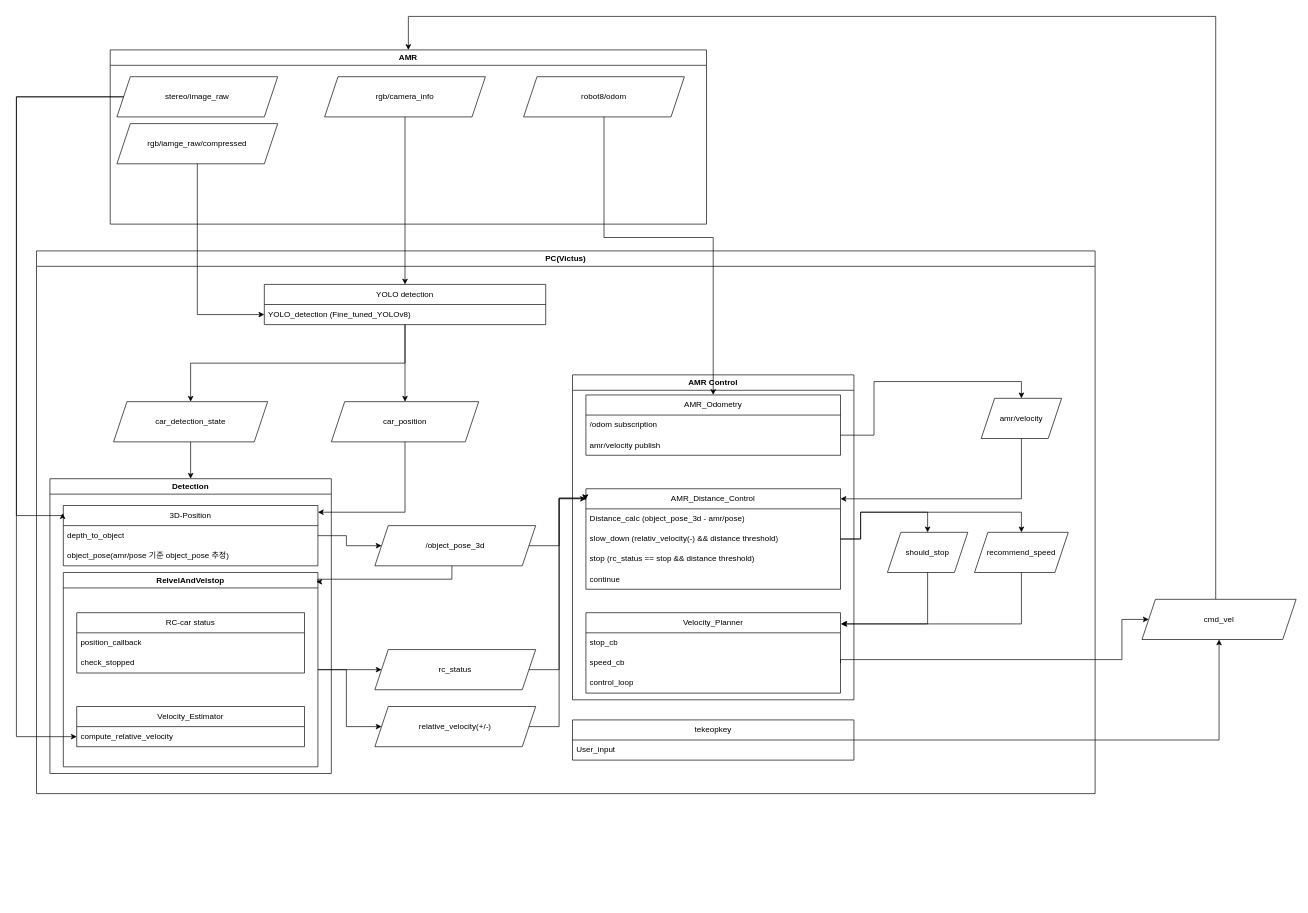
This is drawio/architecture diagram.drawio from songhyun0127/rokey4_C1_ws, a draw.io file, before an edit. Source tidied: cells renumbered, new cells numbered last; positions are measured from the earlier drawing's top-left corner, leaving out a move shared by most shapes. Both pictures are drawn from the tidied source at 67%, with x=0, y=0 at pixel (16, 16).
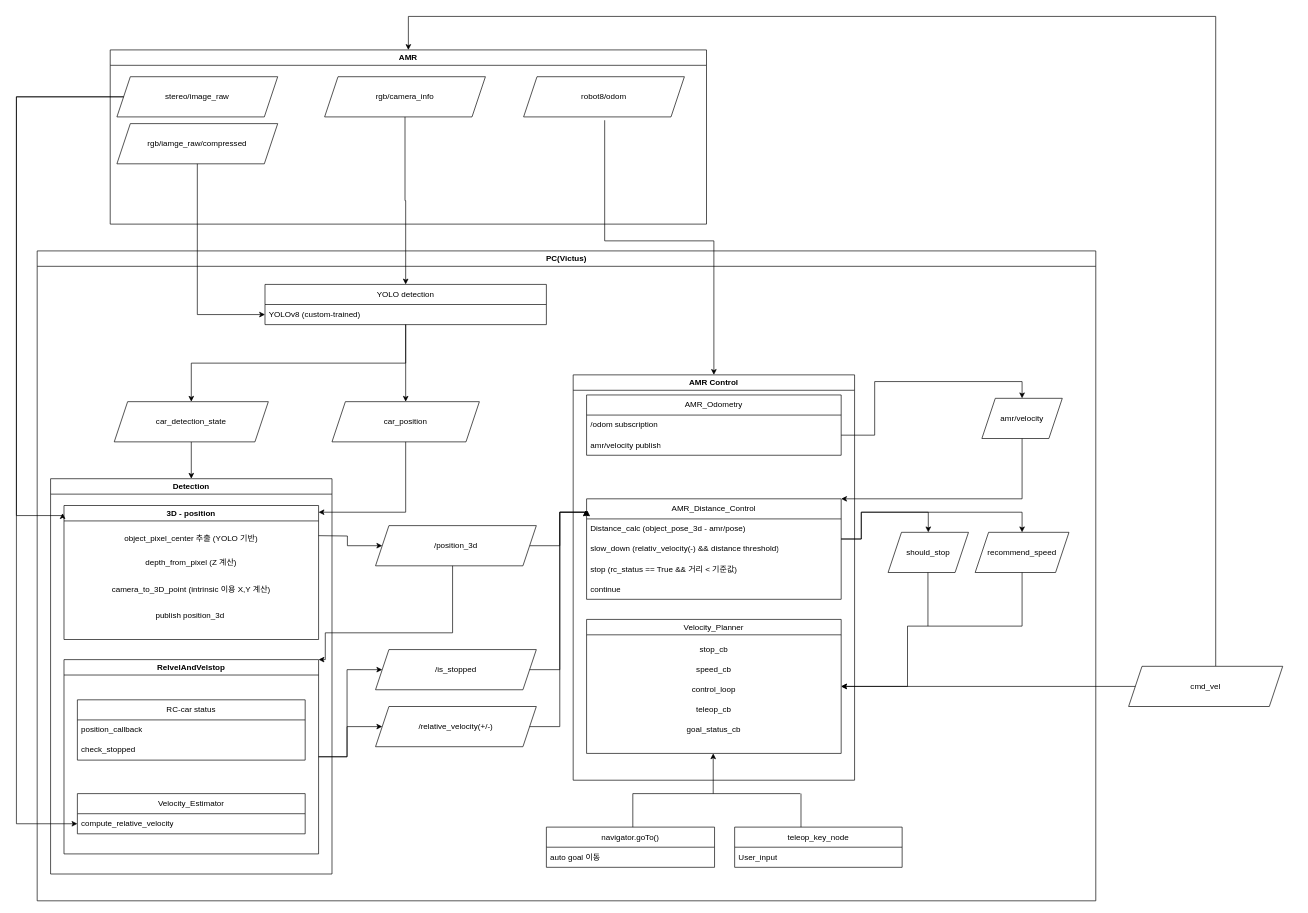
Above is the later version.

Commit message:
시스템아키텍처 수정

The change refers to these unchanged cells:
```xml
<mxCell id="12" value="compute_relative_velocity" style="text;strokeColor=none;fillColor=none;align=left;verticalAlign=middle;spacingLeft=4;spacingRight=4;overflow=hidden;points=[[0,0.5],[1,0.5]];portConstraint=eastwest;whiteSpace=wrap;html=1;" parent="11" vertex="1">
  <mxGeometry y="30" width="340" height="30" as="geometry" />
</mxCell>
<mxCell id="14" value="AMR_Odometry" style="swimlane;fontStyle=0;horizontal=1;startSize=30;whiteSpace=wrap;html=1;" parent="13" vertex="1">
  <mxGeometry x="20" y="30" width="380" height="90" as="geometry" />
</mxCell>
<mxCell id="28" value="YOLO detection" style="swimlane;fontStyle=0;horizontal=1;startSize=30;whiteSpace=wrap;html=1;" parent="2" vertex="1">
  <mxGeometry x="340" y="50" width="420" height="60" as="geometry" />
</mxCell>
<mxCell id="48" value="should_stop" style="shape=parallelogram;perimeter=parallelogramPerimeter;whiteSpace=wrap;html=1;fixedSize=1;" parent="2" vertex="1">
  <mxGeometry x="1270" y="420" width="120" height="60" as="geometry" />
</mxCell>
<mxCell id="49" value="recommend_speed" style="shape=parallelogram;perimeter=parallelogramPerimeter;whiteSpace=wrap;html=1;fixedSize=1;" parent="2" vertex="1">
  <mxGeometry x="1400" y="420" width="140" height="60" as="geometry" />
</mxCell>
<mxCell id="56" value="stereo/image_raw" style="shape=parallelogram;perimeter=parallelogramPerimeter;whiteSpace=wrap;html=1;fixedSize=1;" parent="55" vertex="1">
  <mxGeometry x="10" y="40" width="240" height="60" as="geometry" />
</mxCell>
<mxCell id="58" value="robot8/odom" style="shape=parallelogram;perimeter=parallelogramPerimeter;whiteSpace=wrap;html=1;fixedSize=1;" parent="55" vertex="1">
  <mxGeometry x="617" y="40" width="240" height="60" as="geometry" />
</mxCell>
```

The edit, as a diff of the source:
```diff
@@
     <mxCell id="2" value="PC(Victus)" style="swimlane;whiteSpace=wrap;html=1;" parent="1" vertex="1">
-      <mxGeometry x="30" y="350" width="1580" height="810" as="geometry" />
+      <mxGeometry x="31" y="350" width="1580" height="970" as="geometry" />
     </mxCell>
     <mxCell id="3" value="Detection" style="swimlane;whiteSpace=wrap;html=1;" parent="2" vertex="1">
-      <mxGeometry x="20" y="340" width="420" height="440" as="geometry" />
+      <mxGeometry x="20" y="340" width="420" height="590" as="geometry" />
     </mxCell>
-    <mxCell id="4" value="3D-Position" style="swimlane;fontStyle=0;horizontal=1;startSize=30;whiteSpace=wrap;html=1;" parent="3" vertex="1">
-      <mxGeometry x="20" y="40" width="380" height="90" as="geometry" />
-    </mxCell>
-    <mxCell id="5" value="depth_to_object" style="text;strokeColor=none;fillColor=none;align=left;verticalAlign=middle;spacingLeft=4;spacingRight=4;overflow=hidden;whiteSpace=wrap;html=1;" parent="4" vertex="1">
-      <mxGeometry y="30" width="380" height="30" as="geometry" />
-    </mxCell>
-    <mxCell id="6" value="object_pose(amr/pose 기준 object_pose 추정)&amp;nbsp;" style="text;strokeColor=none;fillColor=none;align=left;verticalAlign=middle;spacingLeft=4;spacingRight=4;overflow=hidden;whiteSpace=wrap;html=1;" parent="4" vertex="1">
-      <mxGeometry y="60" width="380" height="30" as="geometry" />
-    </mxCell>
     <mxCell id="7" value="RelvelAndVelstop" style="swimlane;whiteSpace=wrap;html=1;" parent="3" vertex="1">
-      <mxGeometry x="20" y="140" width="380" height="290" as="geometry" />
+      <mxGeometry x="20" y="270" width="380" height="290" as="geometry" />
     </mxCell>
@@
+    <mxCell id="69" value="3D - position" style="swimlane;whiteSpace=wrap;html=1;" parent="3" vertex="1">
+      <mxGeometry x="20" y="40" width="380" height="200" as="geometry" />
+    </mxCell>
+    <mxCell id="70" value="object_pixel_center 추출 (YOLO 기반)" style="text;html=1;align=center;verticalAlign=middle;whiteSpace=wrap;rounded=0;" parent="69" vertex="1">
+      <mxGeometry x="20" y="35" width="340" height="30" as="geometry" />
+    </mxCell>
+    <mxCell id="71" value="depth_from_pixel (Z 계산)" style="text;html=1;align=center;verticalAlign=middle;whiteSpace=wrap;rounded=0;" parent="69" vertex="1">
+      <mxGeometry x="20" y="70" width="340" height="30" as="geometry" />
+    </mxCell>
+    <mxCell id="72" value="camera_to_3D_point (intrinsic 이용 X,Y 계산)" style="text;html=1;align=center;verticalAlign=middle;whiteSpace=wrap;rounded=0;" parent="69" vertex="1">
+      <mxGeometry x="20" y="110" width="340" height="30" as="geometry" />
+    </mxCell>
+    <mxCell id="73" value="publish position_3d&amp;nbsp;" style="text;html=1;align=center;verticalAlign=middle;whiteSpace=wrap;rounded=0;" parent="69" vertex="1">
+      <mxGeometry x="20" y="150" width="340" height="30" as="geometry" />
+    </mxCell>
     <mxCell id="13" value="AMR Control" style="swimlane;whiteSpace=wrap;html=1;" parent="2" vertex="1">
-      <mxGeometry x="800" y="185" width="420" height="485" as="geometry" />
+      <mxGeometry x="800" y="185" width="420" height="605" as="geometry" />
     </mxCell>
@@
-    <mxCell id="17" value="Velocity_Planner" style="swimlane;fontStyle=0;horizontal=1;startSize=30;whiteSpace=wrap;html=1;" parent="13" vertex="1">
-      <mxGeometry x="20" y="355" width="380" height="120" as="geometry" />
-    </mxCell>
-    <mxCell id="18" value="stop_cb" style="text;strokeColor=none;fillColor=none;align=left;verticalAlign=middle;spacingLeft=4;spacingRight=4;overflow=hidden;whiteSpace=wrap;html=1;" parent="17" vertex="1">
-      <mxGeometry y="30" width="380" height="30" as="geometry" />
-    </mxCell>
-    <mxCell id="19" value="speed_cb" style="text;strokeColor=none;fillColor=none;align=left;verticalAlign=middle;spacingLeft=4;spacingRight=4;overflow=hidden;points=[[0,0.5],[1,0.5]];portConstraint=eastwest;whiteSpace=wrap;html=1;" parent="17" vertex="1">
-      <mxGeometry y="60" width="380" height="30" as="geometry" />
-    </mxCell>
-    <mxCell id="20" value="control_loop" style="text;strokeColor=none;fillColor=none;align=left;verticalAlign=middle;spacingLeft=4;spacingRight=4;overflow=hidden;whiteSpace=wrap;html=1;" parent="17" vertex="1">
-      <mxGeometry y="90" width="380" height="30" as="geometry" />
-    </mxCell>
     <mxCell id="21" value="AMR_Distance_Control" style="swimlane;fontStyle=0;horizontal=1;startSize=30;whiteSpace=wrap;html=1;" parent="13" vertex="1">
-      <mxGeometry x="20" y="170" width="380" height="150" as="geometry" />
+      <mxGeometry x="20" y="185" width="380" height="150" as="geometry" />
     </mxCell>
@@
-    <mxCell id="24" value="stop (rc_status == stop &amp;amp;&amp;amp;&amp;nbsp;distance threshold)" style="text;strokeColor=none;fillColor=none;align=left;verticalAlign=middle;spacingLeft=4;spacingRight=4;overflow=hidden;whiteSpace=wrap;html=1;" parent="21" vertex="1">
+    <mxCell id="24" value="stop (&lt;span style=&quot;background-color: transparent;&quot;&gt;rc_status == True &amp;amp;&amp;amp; 거리 &amp;lt; 기준값&lt;/span&gt;&lt;span style=&quot;background-color: transparent;&quot;&gt;)&lt;/span&gt;" style="text;strokeColor=none;fillColor=none;align=left;verticalAlign=middle;spacingLeft=4;spacingRight=4;overflow=hidden;whiteSpace=wrap;html=1;" parent="21" vertex="1">
       <mxGeometry y="90" width="380" height="30" as="geometry" />
     </mxCell>
@@
+    <mxCell id="67" style="edgeStyle=orthogonalEdgeStyle;rounded=0;orthogonalLoop=1;jettySize=auto;html=1;" parent="13" edge="1">
+      <mxGeometry relative="1" as="geometry">
+        <mxPoint x="47" y="-380" as="sourcePoint" />
+        <mxPoint x="210" as="targetPoint" />
+        <Array as="points">
+          <mxPoint x="47" y="-200" />
+          <mxPoint x="210" y="-200" />
+        </Array>
+      </mxGeometry>
+    </mxCell>
+    <mxCell id="17" value="&lt;span style=&quot;color: rgb(0, 0, 0); font-weight: 400;&quot;&gt;Velocity_Planner&lt;/span&gt;" style="swimlane;whiteSpace=wrap;html=1;" parent="13" vertex="1">
+      <mxGeometry x="20" y="365" width="380" height="200" as="geometry" />
+    </mxCell>
+    <mxCell id="18" value="&lt;span style=&quot;color: rgb(0, 0, 0); text-align: left;&quot;&gt;stop_cb&lt;/span&gt;" style="text;html=1;align=center;verticalAlign=middle;whiteSpace=wrap;rounded=0;" parent="17" vertex="1">
+      <mxGeometry x="20" y="30" width="340" height="30" as="geometry" />
+    </mxCell>
+    <mxCell id="19" value="&lt;span style=&quot;color: rgb(0, 0, 0); text-align: left;&quot;&gt;speed_cb&lt;/span&gt;" style="text;html=1;align=center;verticalAlign=middle;whiteSpace=wrap;rounded=0;" parent="17" vertex="1">
+      <mxGeometry x="20" y="60" width="340" height="30" as="geometry" />
+    </mxCell>
+    <mxCell id="20" value="&lt;span style=&quot;color: rgb(0, 0, 0); text-align: left;&quot;&gt;control_loop&lt;/span&gt;" style="text;html=1;align=center;verticalAlign=middle;whiteSpace=wrap;rounded=0;" parent="17" vertex="1">
+      <mxGeometry x="20" y="90" width="340" height="30" as="geometry" />
+    </mxCell>
+    <mxCell id="74" value="&lt;span style=&quot;color: rgb(0, 0, 0); text-align: left;&quot;&gt;teleop_cb&lt;/span&gt;" style="text;html=1;align=center;verticalAlign=middle;whiteSpace=wrap;rounded=0;" parent="17" vertex="1">
+      <mxGeometry x="20" y="120" width="340" height="30" as="geometry" />
+    </mxCell>
+    <mxCell id="75" value="&lt;span style=&quot;color: rgb(0, 0, 0); text-align: left;&quot;&gt;goal_status_cb&lt;/span&gt;" style="text;html=1;align=center;verticalAlign=middle;whiteSpace=wrap;rounded=0;" parent="17" vertex="1">
+      <mxGeometry x="20" y="150" width="340" height="30" as="geometry" />
+    </mxCell>
+    <mxCell id="76" style="endArrow=classic;html=1;" parent="13" edge="1">
+      <mxGeometry relative="1" as="geometry">
+        <mxPoint x="209" y="625" as="sourcePoint" />
+        <mxPoint x="209" y="565" as="targetPoint" />
+      </mxGeometry>
+    </mxCell>
@@
-    <mxCell id="29" value="YOLO_detection (Fine_tuned_YOLOv8)" style="text;strokeColor=none;fillColor=none;align=left;verticalAlign=middle;spacingLeft=4;spacingRight=4;overflow=hidden;points=[[0,0.5],[1,0.5]];portConstraint=eastwest;whiteSpace=wrap;html=1;" parent="28" vertex="1">
+    <mxCell id="29" value="YOLOv8 (custom-trained)" style="text;strokeColor=none;fillColor=none;align=left;verticalAlign=middle;spacingLeft=4;spacingRight=4;overflow=hidden;points=[[0,0.5],[1,0.5]];portConstraint=eastwest;whiteSpace=wrap;html=1;" parent="28" vertex="1">
       <mxGeometry y="30" width="420" height="30" as="geometry" />
     </mxCell>
@@
-    <mxCell id="32" value="rc_status" style="shape=parallelogram;perimeter=parallelogramPerimeter;whiteSpace=wrap;html=1;fixedSize=1;" parent="2" vertex="1">
+    <mxCell id="32" value="/is_stopped" style="shape=parallelogram;perimeter=parallelogramPerimeter;whiteSpace=wrap;html=1;fixedSize=1;" parent="2" vertex="1">
       <mxGeometry x="505" y="595" width="240" height="60" as="geometry" />
     </mxCell>
-    <mxCell id="33" value="relative_velocity(+/-)" style="shape=parallelogram;perimeter=parallelogramPerimeter;whiteSpace=wrap;html=1;fixedSize=1;" parent="2" vertex="1">
+    <mxCell id="33" value="/relative_velocity(+/-)" style="shape=parallelogram;perimeter=parallelogramPerimeter;whiteSpace=wrap;html=1;fixedSize=1;" parent="2" vertex="1">
       <mxGeometry x="505" y="680" width="240" height="60" as="geometry" />
     </mxCell>
@@
-    <mxCell id="37" value="tekeopkey" style="swimlane;fontStyle=0;horizontal=1;startSize=30;whiteSpace=wrap;html=1;" parent="2" vertex="1">
-      <mxGeometry x="800" y="700" width="420" height="60" as="geometry" />
+    <mxCell id="37" value="teleop_key_node" style="swimlane;fontStyle=0;horizontal=1;startSize=30;whiteSpace=wrap;html=1;" parent="2" vertex="1">
+      <mxGeometry x="1041" y="860" width="250" height="60" as="geometry" />
     </mxCell>
     <mxCell id="38" value="User_input" style="text;strokeColor=none;fillColor=none;align=left;verticalAlign=middle;spacingLeft=4;spacingRight=4;overflow=hidden;whiteSpace=wrap;html=1;" parent="37" vertex="1">
-      <mxGeometry y="30" width="420" height="30" as="geometry" />
+      <mxGeometry y="30" width="250" height="30" as="geometry" />
     </mxCell>
@@
     <mxCell id="42" style="edgeStyle=orthogonalEdgeStyle;rounded=0;jettySize=auto;html=1;entryX=-0.003;entryY=0.114;entryDx=0;entryDy=0;entryPerimeter=0;" parent="2" edge="1" source="33" target="21">
       <mxGeometry relative="1" as="geometry">
         <Array as="points">
           <mxPoint x="780" y="710" />
-          <mxPoint x="780" y="369" />
+          <mxPoint x="780" y="390" />
+          <mxPoint x="819" y="390" />
         </Array>
       </mxGeometry>
     </mxCell>
@@
     <mxCell id="44" style="edgeStyle=orthogonalEdgeStyle;rounded=0;jettySize=auto;html=1;entryX=-0.003;entryY=0.114;entryDx=0;entryDy=0;entryPerimeter=0;" parent="2" edge="1" source="32" target="21">
       <mxGeometry relative="1" as="geometry">
         <Array as="points">
           <mxPoint x="780" y="625" />
-          <mxPoint x="780" y="369" />
-          <mxPoint x="819" y="369" />
+          <mxPoint x="780" y="390" />
+          <mxPoint x="819" y="390" />
         </Array>
       </mxGeometry>
     </mxCell>
-    <mxCell id="45" style="edgeStyle=orthogonalEdgeStyle;rounded=0;jettySize=auto;html=1;" parent="2" edge="1" source="46">
+    <mxCell id="45" style="edgeStyle=orthogonalEdgeStyle;rounded=0;jettySize=auto;html=1;entryX=0.003;entryY=0.116;entryDx=0;entryDy=0;entryPerimeter=0;" parent="2" edge="1" source="46" target="21">
       <mxGeometry relative="1" as="geometry">
-        <mxPoint x="820" y="370" as="targetPoint" />
         <Array as="points">
           <mxPoint x="780" y="440" />
-          <mxPoint x="780" y="370" />
+          <mxPoint x="780" y="390" />
+          <mxPoint x="821" y="390" />
         </Array>
       </mxGeometry>
     </mxCell>
-    <mxCell id="46" value="/object_pose_3d" style="shape=parallelogram;perimeter=parallelogramPerimeter;whiteSpace=wrap;html=1;fixedSize=1;" parent="2" vertex="1">
+    <mxCell id="46" value="/position_3d" style="shape=parallelogram;perimeter=parallelogramPerimeter;whiteSpace=wrap;html=1;fixedSize=1;" parent="2" vertex="1">
       <mxGeometry x="505" y="410" width="240" height="60" as="geometry" />
     </mxCell>
-    <mxCell id="47" style="edgeStyle=orthogonalEdgeStyle;rounded=0;jettySize=auto;html=1;" parent="2" edge="1" source="4" target="46">
-      <mxGeometry relative="1" as="geometry" />
+    <mxCell id="47" style="edgeStyle=orthogonalEdgeStyle;rounded=0;jettySize=auto;html=1;" parent="2" edge="1" target="46">
+      <mxGeometry relative="1" as="geometry">
+        <mxPoint x="420" y="425" as="sourcePoint" />
+      </mxGeometry>
     </mxCell>
@@
-    <mxCell id="52" style="edgeStyle=orthogonalEdgeStyle;rounded=0;jettySize=auto;html=1;entryX=1.004;entryY=0.139;entryDx=0;entryDy=0;entryPerimeter=0;" parent="2" edge="1" source="48" target="17">
-      <mxGeometry relative="1" as="geometry">
-        <Array as="points">
-          <mxPoint x="1330" y="557" />
-        </Array>
-      </mxGeometry>
-    </mxCell>
-    <mxCell id="53" style="edgeStyle=orthogonalEdgeStyle;rounded=0;jettySize=auto;html=1;entryX=1.001;entryY=0.139;entryDx=0;entryDy=0;entryPerimeter=0;" parent="2" edge="1" source="49" target="17">
+    <mxCell id="53" style="edgeStyle=orthogonalEdgeStyle;rounded=0;jettySize=auto;html=1;entryX=1;entryY=0.5;entryDx=0;entryDy=0;" parent="2" edge="1" source="49" target="17">
       <mxGeometry relative="1" as="geometry">
         <Array as="points">
-          <mxPoint x="1470" y="557" />
+          <mxPoint x="1470" y="560" />
+          <mxPoint x="1299" y="560" />
+          <mxPoint x="1299" y="650" />
         </Array>
       </mxGeometry>
     </mxCell>
-    <mxCell id="54" style="edgeStyle=orthogonalEdgeStyle;rounded=0;jettySize=auto;html=1;entryX=0.994;entryY=0.048;entryDx=0;entryDy=0;entryPerimeter=0;" parent="2" edge="1" source="46" target="7">
+    <mxCell id="54" style="edgeStyle=orthogonalEdgeStyle;rounded=0;jettySize=auto;html=1;entryX=1;entryY=0;entryDx=0;entryDy=0;" parent="2" edge="1" source="46" target="7">
       <mxGeometry relative="1" as="geometry">
         <Array as="points">
-          <mxPoint x="620" y="490" />
-          <mxPoint x="420" y="490" />
-          <mxPoint x="420" y="494" />
+          <mxPoint x="620" y="570" />
+          <mxPoint x="430" y="570" />
+          <mxPoint x="430" y="610" />
         </Array>
       </mxGeometry>
     </mxCell>
+    <mxCell id="77" value="navigator.goTo()" style="swimlane;fontStyle=0;horizontal=1;startSize=30;whiteSpace=wrap;html=1;" parent="2" vertex="1">
+      <mxGeometry x="760" y="860" width="251" height="60" as="geometry" />
+    </mxCell>
+    <mxCell id="78" value="auto goal 이동" style="text;strokeColor=none;fillColor=none;align=left;verticalAlign=middle;spacingLeft=4;spacingRight=4;overflow=hidden;whiteSpace=wrap;html=1;" parent="77" vertex="1">
+      <mxGeometry y="30" width="251" height="30" as="geometry" />
+    </mxCell>
+    <mxCell id="79" style="endArrow=none;html=1;" parent="2" edge="1">
+      <mxGeometry relative="1" as="geometry">
+        <mxPoint x="1329.5" y="560" as="sourcePoint" />
+        <mxPoint x="1329.5" y="480" as="targetPoint" />
+      </mxGeometry>
+    </mxCell>
+    <mxCell id="80" style="endArrow=none;html=1;" parent="2" edge="1">
+      <mxGeometry relative="1" as="geometry">
+        <mxPoint x="889" y="810" as="sourcePoint" />
+        <mxPoint x="1139" y="810" as="targetPoint" />
+      </mxGeometry>
+    </mxCell>
+    <mxCell id="81" style="endArrow=none;html=1;" parent="2" edge="1">
+      <mxGeometry relative="1" as="geometry">
+        <mxPoint x="889" y="860" as="sourcePoint" />
+        <mxPoint x="889" y="810" as="targetPoint" />
+      </mxGeometry>
+    </mxCell>
+    <mxCell id="82" style="endArrow=none;html=1;" parent="2" edge="1">
+      <mxGeometry relative="1" as="geometry">
+        <mxPoint x="1140" y="860" as="sourcePoint" />
+        <mxPoint x="1140" y="810" as="targetPoint" />
+      </mxGeometry>
+    </mxCell>
@@
     <mxCell id="62" value="cmd_vel" style="shape=parallelogram;perimeter=parallelogramPerimeter;whiteSpace=wrap;html=1;fixedSize=1;" parent="1" vertex="1">
-      <mxGeometry x="1680" y="870" width="230" height="60" as="geometry" />
+      <mxGeometry x="1660" y="970" width="230" height="60" as="geometry" />
     </mxCell>
-    <mxCell id="63" style="edgeStyle=orthogonalEdgeStyle;rounded=0;jettySize=auto;html=1;entryX=0;entryY=0.5;entryDx=0;entryDy=0;exitX=1;exitY=0.5;exitDx=0;exitDy=0;" parent="1" edge="1" source="19" target="62">
-      <mxGeometry relative="1" as="geometry">
-        <Array as="points">
-          <mxPoint x="1230" y="960" />
-          <mxPoint x="1650" y="960" />
-          <mxPoint x="1650" y="900" />
-        </Array>
-      </mxGeometry>
-    </mxCell>
     <mxCell id="64" style="edgeStyle=orthogonalEdgeStyle;rounded=0;jettySize=auto;html=1;entryX=0;entryY=0.5;entryDx=0;entryDy=0;" parent="1" edge="1" source="56" target="12">
       <mxGeometry relative="1" as="geometry">
         <Array as="points">
           <mxPoint y="120" />
-          <mxPoint y="1075" />
+          <mxPoint y="1205" />
         </Array>
       </mxGeometry>
     </mxCell>
-    <mxCell id="65" style="edgeStyle=orthogonalEdgeStyle;rounded=0;jettySize=auto;html=1;" parent="1" edge="1" source="37" target="62">
-      <mxGeometry relative="1" as="geometry" />
-    </mxCell>
-    <mxCell id="66" style="edgeStyle=orthogonalEdgeStyle;rounded=0;jettySize=auto;html=1;entryX=-0.003;entryY=0.128;entryDx=0;entryDy=0;entryPerimeter=0;" parent="1" edge="1" source="56" target="4">
+    <mxCell id="66" style="edgeStyle=orthogonalEdgeStyle;rounded=0;jettySize=auto;html=1;entryX=-0.003;entryY=0.128;entryDx=0;entryDy=0;entryPerimeter=0;" parent="1" edge="1" source="56">
       <mxGeometry relative="1" as="geometry">
+        <mxPoint x="68.9" y="741.5" as="targetPoint" />
         <Array as="points">
           <mxPoint y="120" />
           <mxPoint y="745" />
+          <mxPoint x="69" y="745" />
         </Array>
       </mxGeometry>
     </mxCell>
-    <mxCell id="67" style="edgeStyle=orthogonalEdgeStyle;rounded=0;jettySize=auto;html=1;" parent="1" edge="1" source="58" target="14">
-      <mxGeometry relative="1" as="geometry">
-        <Array as="points">
-          <mxPoint x="877" y="330" />
-          <mxPoint x="1040" y="330" />
-        </Array>
-      </mxGeometry>
-    </mxCell>
@@
+    <mxCell id="83" style="endArrow=classic;html=1;entryX=1;entryY=0.5;entryDx=0;entryDy=0;" parent="1" edge="1" source="62" target="17">
+      <mxGeometry relative="1" as="geometry" />
+    </mxCell>
```
